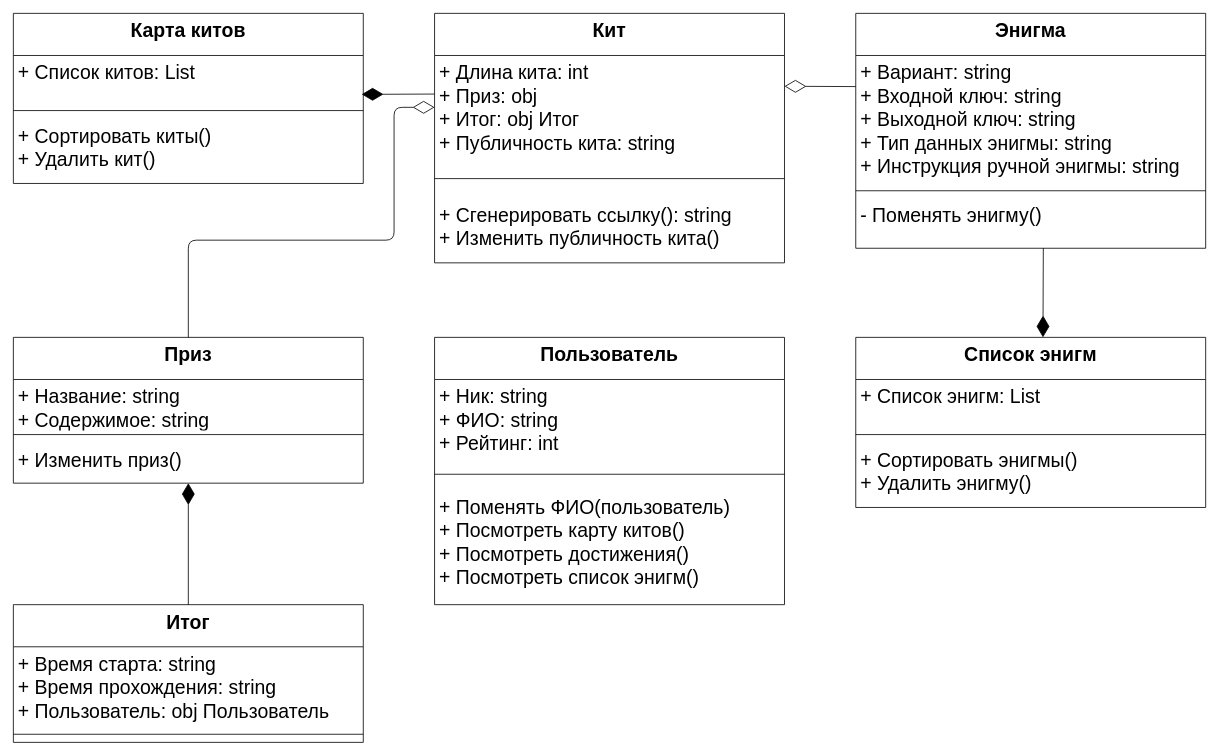
Earlier version of the draw.io diagram Drawio/ClassDiag.drawio (flamebrier/enigma-kit). Source tidied: cells renumbered, new cells numbered last; positions are measured from the earlier drawing's top-left corner, leaving out a move shared by most shapes. Both pictures are drawn from the tidied source at 81%, with x=0, y=0 at pixel (13, 13).
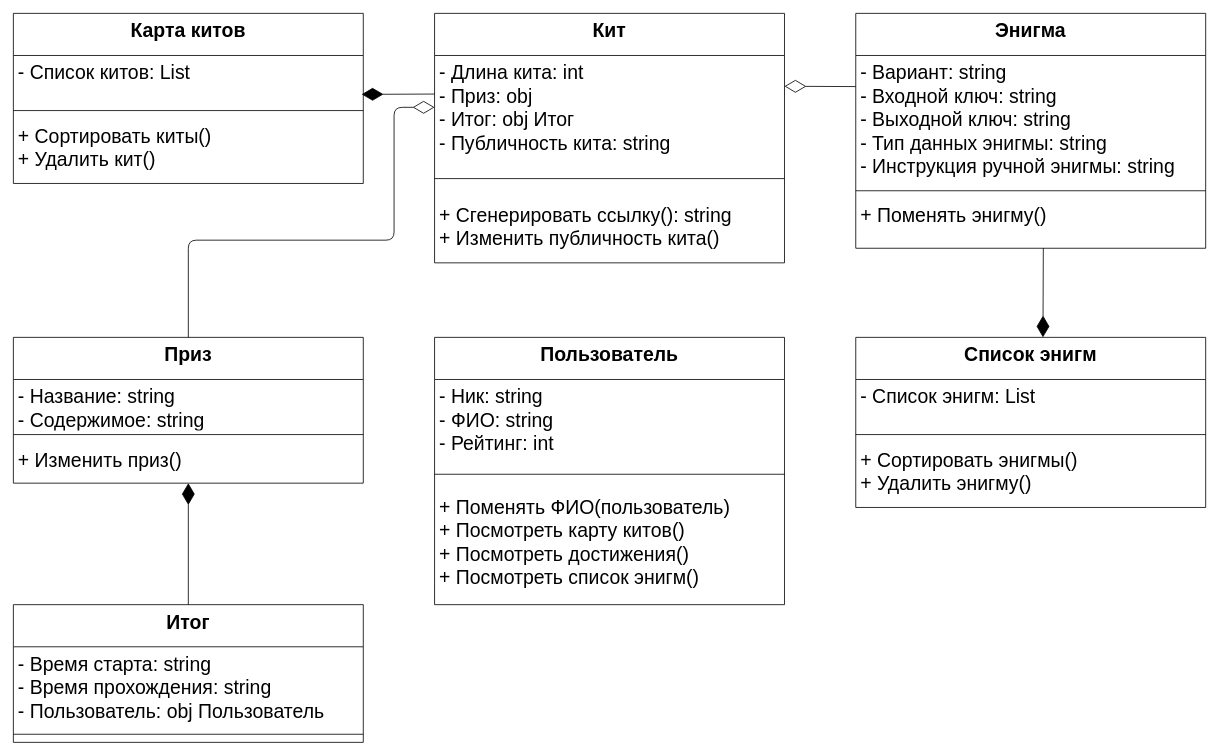
After the change.

Commit message:
Change access to fields in ClassDiag

The change refers to these unchanged cells:
```xml
<mxCell id="2" value="Кит" style="swimlane;fontStyle=1;align=center;verticalAlign=top;horizontal=1;startSize=52;strokeWidth=1;fontSize=24;" parent="1" vertex="1">
  <mxGeometry x="520" width="432" height="308" as="geometry" />
</mxCell>
<mxCell id="6" value="Энигма" style="swimlane;fontStyle=1;align=center;verticalAlign=top;horizontal=1;startSize=52;strokeWidth=1;fontSize=24;" parent="1" vertex="1">
  <mxGeometry x="1040" width="432" height="290" as="geometry" />
</mxCell>
<mxCell id="10" value="Карта китов" style="swimlane;fontStyle=1;align=center;verticalAlign=top;horizontal=1;startSize=52;strokeWidth=1;fontSize=24;" parent="1" vertex="1">
  <mxGeometry width="432" height="210" as="geometry" />
</mxCell>
<mxCell id="14" value="Пользователь" style="swimlane;fontStyle=1;align=center;verticalAlign=top;horizontal=1;startSize=52;strokeWidth=1;fontSize=24;" parent="1" vertex="1">
  <mxGeometry x="520" y="400" width="432" height="330" as="geometry" />
</mxCell>
<mxCell id="18" value="Приз" style="swimlane;fontStyle=1;align=center;verticalAlign=top;horizontal=1;startSize=52;strokeWidth=1;fontSize=24;" parent="1" vertex="1">
  <mxGeometry y="400" width="432" height="180" as="geometry" />
</mxCell>
<mxCell id="22" value="Итог" style="swimlane;fontStyle=1;align=center;verticalAlign=top;horizontal=1;startSize=52;strokeWidth=1;fontSize=24;" parent="1" vertex="1">
  <mxGeometry y="730" width="432" height="170" as="geometry" />
</mxCell>
<mxCell id="25" value="Список энигм" style="swimlane;fontStyle=1;align=center;verticalAlign=top;horizontal=1;startSize=52;strokeWidth=1;fontSize=24;" parent="1" vertex="1">
  <mxGeometry x="1040" y="400" width="432" height="210" as="geometry" />
</mxCell>
```

What changed in the source:
```diff
@@
-    <mxCell id="3" value="+ Длина кита: int&#10;+ Приз: obj&#10;+ Итог: obj Итог&#10;+ Публичность кита: string&#10;" style="text;strokeColor=none;fillColor=none;align=left;verticalAlign=top;spacingLeft=4;spacingRight=4;overflow=hidden;points=[[0,0.5],[1,0.5]];portConstraint=eastwest;fontSize=24;" parent="2" vertex="1">
+    <mxCell id="3" value="- Длина кита: int&#10;- Приз: obj&#10;- Итог: obj Итог&#10;- Публичность кита: string&#10;" style="text;strokeColor=none;fillColor=none;align=left;verticalAlign=top;spacingLeft=4;spacingRight=4;overflow=hidden;points=[[0,0.5],[1,0.5]];portConstraint=eastwest;fontSize=24;" parent="2" vertex="1">
       <mxGeometry y="52" width="432" height="128" as="geometry" />
     </mxCell>
@@
-    <mxCell id="7" value="+ Вариант: string&#10;+ Входной ключ: string&#10;+ Выходной ключ: string&#10;+ Тип данных энигмы: string&#10;+ Инструкция ручной энигмы: string&#10;&#10;" style="text;strokeColor=none;fillColor=none;align=left;verticalAlign=top;spacingLeft=4;spacingRight=4;overflow=hidden;points=[[0,0.5],[1,0.5]];portConstraint=eastwest;fontSize=24;" parent="6" vertex="1">
+    <mxCell id="7" value="- Вариант: string&#10;- Входной ключ: string&#10;- Выходной ключ: string&#10;- Тип данных энигмы: string&#10;- Инструкция ручной энигмы: string&#10;&#10;" style="text;strokeColor=none;fillColor=none;align=left;verticalAlign=top;spacingLeft=4;spacingRight=4;overflow=hidden;points=[[0,0.5],[1,0.5]];portConstraint=eastwest;fontSize=24;" parent="6" vertex="1">
       <mxGeometry y="52" width="432" height="158" as="geometry" />
     </mxCell>
@@
-    <mxCell id="9" value="- Поменять энигму()&#10;" style="text;strokeColor=none;fillColor=none;align=left;verticalAlign=top;spacingLeft=4;spacingRight=4;overflow=hidden;points=[[0,0.5],[1,0.5]];portConstraint=eastwest;fontSize=24;" parent="6" vertex="1">
+    <mxCell id="9" value="+ Поменять энигму()&#10;" style="text;strokeColor=none;fillColor=none;align=left;verticalAlign=top;spacingLeft=4;spacingRight=4;overflow=hidden;points=[[0,0.5],[1,0.5]];portConstraint=eastwest;fontSize=24;" parent="6" vertex="1">
       <mxGeometry y="228" width="432" height="62" as="geometry" />
     </mxCell>
@@
-    <mxCell id="11" value="+ Список китов: List" style="text;strokeColor=none;fillColor=none;align=left;verticalAlign=top;spacingLeft=4;spacingRight=4;overflow=hidden;fontSize=24;" parent="10" vertex="1">
+    <mxCell id="11" value="- Список китов: List" style="text;strokeColor=none;fillColor=none;align=left;verticalAlign=top;spacingLeft=4;spacingRight=4;overflow=hidden;fontSize=24;" parent="10" vertex="1">
       <mxGeometry y="52" width="432" height="58" as="geometry" />
     </mxCell>
@@
-    <mxCell id="15" value="+ Ник: string&#10;+ ФИО: string&#10;+ Рейтинг: int&#10;" style="text;strokeColor=none;fillColor=none;align=left;verticalAlign=top;spacingLeft=4;spacingRight=4;overflow=hidden;fontSize=24;" parent="14" vertex="1">
+    <mxCell id="15" value="- Ник: string&#10;- ФИО: string&#10;- Рейтинг: int&#10;" style="text;strokeColor=none;fillColor=none;align=left;verticalAlign=top;spacingLeft=4;spacingRight=4;overflow=hidden;fontSize=24;" parent="14" vertex="1">
       <mxGeometry y="52" width="432" height="98" as="geometry" />
     </mxCell>
@@
-    <mxCell id="19" value="+ Название: string&#10;+ Содержимое: string &#10;" style="text;strokeColor=none;fillColor=none;align=left;verticalAlign=top;spacingLeft=4;spacingRight=4;overflow=hidden;fontSize=24;" parent="18" vertex="1">
+    <mxCell id="19" value="- Название: string&#10;- Содержимое: string &#10;" style="text;strokeColor=none;fillColor=none;align=left;verticalAlign=top;spacingLeft=4;spacingRight=4;overflow=hidden;fontSize=24;" parent="18" vertex="1">
       <mxGeometry y="52" width="432" height="58" as="geometry" />
     </mxCell>
@@
-    <mxCell id="23" value="+ Время старта: string&#10;+ Время прохождения: string&#10;+ Пользователь: obj Пользователь&#10;" style="text;strokeColor=none;fillColor=none;align=left;verticalAlign=top;spacingLeft=4;spacingRight=4;overflow=hidden;fontSize=24;" parent="22" vertex="1">
+    <mxCell id="23" value="- Время старта: string&#10;- Время прохождения: string&#10;- Пользователь: obj Пользователь&#10;" style="text;strokeColor=none;fillColor=none;align=left;verticalAlign=top;spacingLeft=4;spacingRight=4;overflow=hidden;fontSize=24;" parent="22" vertex="1">
       <mxGeometry y="52" width="432" height="98" as="geometry" />
     </mxCell>
@@
-    <mxCell id="26" value="+ Список энигм: List" style="text;strokeColor=none;fillColor=none;align=left;verticalAlign=top;spacingLeft=4;spacingRight=4;overflow=hidden;fontSize=24;" parent="25" vertex="1">
+    <mxCell id="26" value="- Список энигм: List" style="text;strokeColor=none;fillColor=none;align=left;verticalAlign=top;spacingLeft=4;spacingRight=4;overflow=hidden;fontSize=24;" parent="25" vertex="1">
       <mxGeometry y="52" width="432" height="58" as="geometry" />
     </mxCell>
```
